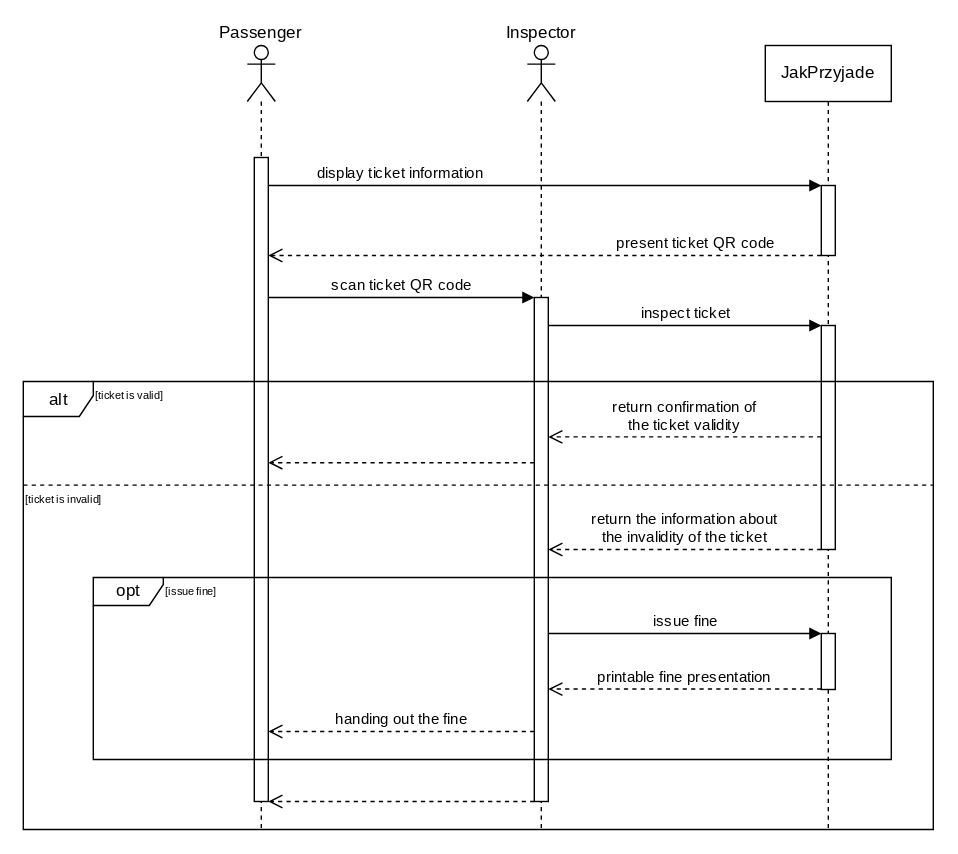
This is documentation/course/e2/images/sequence-diagram-scenario-ticket-inspection.drawio.svg from PWR-ACS-SE-24/SoftwareSystemDesign, a draw.io export, as it was before one commit. Source tidied: cells renumbered, new cells last; positions are measured from the earlier drawing's top-left corner, leaving out a move shared by most shapes.
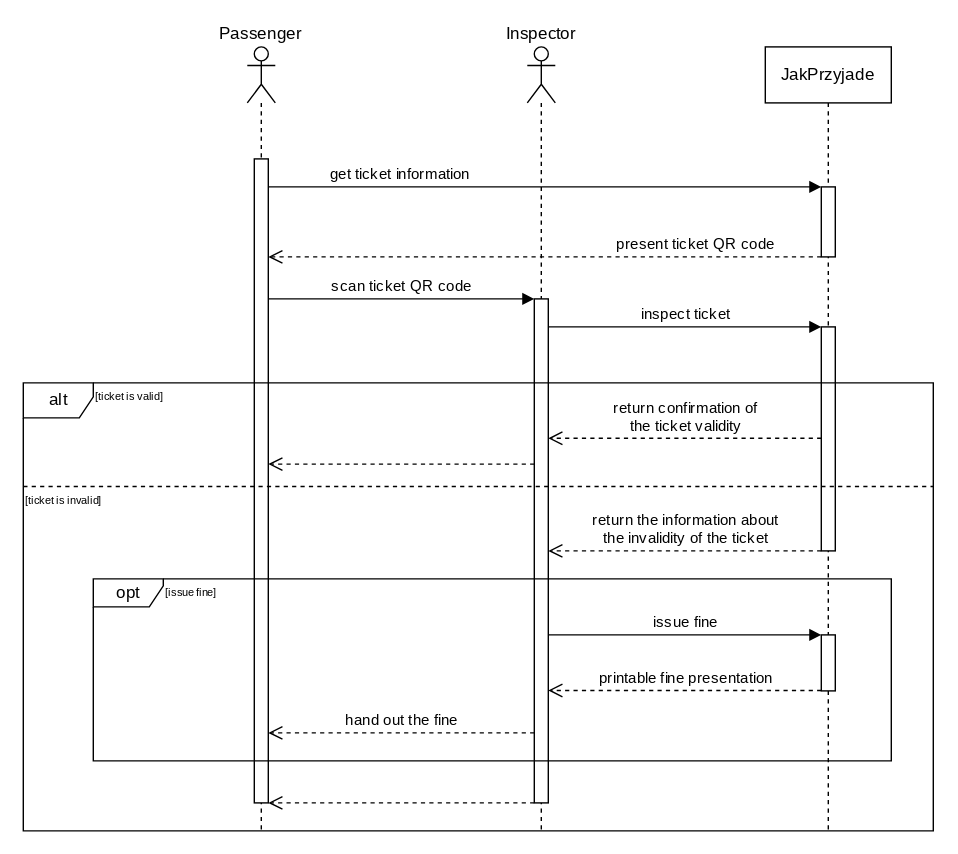
After the commit.

Diff of the diagram source:
```diff
@@ -23,7 +23,7 @@
     <mxCell id="8" style="html=1;points=[[0,0,0,0,5],[0,1,0,0,-5],[1,0,0,0,5],[1,1,0,0,-5]];perimeter=orthogonalPerimeter;outlineConnect=0;targetShapes=umlLifeline;portConstraint=eastwest;newEdgeStyle={&quot;curved&quot;:0,&quot;rounded&quot;:0};fontFamily=JetBrains Mono;fontSource=https%3A%2F%2Ffonts.googleapis.com%2Fcss%3Ffamily%3DJetBrains%2BMono;" parent="7" vertex="1">
       <mxGeometry x="5" y="80" width="10" height="460" as="geometry" />
     </mxCell>
-    <mxCell id="9" value="display ticket information" style="html=1;verticalAlign=bottom;endArrow=block;curved=0;rounded=0;fontFamily=JetBrains Mono;fontSource=https%3A%2F%2Ffonts.googleapis.com%2Fcss%3Ffamily%3DJetBrains%2BMono;" parent="1" edge="1">
+    <mxCell id="9" value="get ticket information" style="html=1;verticalAlign=bottom;endArrow=block;curved=0;rounded=0;fontFamily=JetBrains Mono;fontSource=https%3A%2F%2Ffonts.googleapis.com%2Fcss%3Ffamily%3DJetBrains%2BMono;" parent="1" edge="1">
       <mxGeometry x="-0.53" relative="1" as="geometry">
         <mxPoint x="175" y="100" as="sourcePoint" />
         <mxPoint x="570" y="100" as="targetPoint" />
@@ -95,7 +95,7 @@
         <mxPoint x="375" y="459.7" as="targetPoint" />
       </mxGeometry>
     </mxCell>
-    <mxCell id="25" value="handing out the fine" style="html=1;verticalAlign=bottom;endArrow=open;dashed=1;endSize=8;curved=0;rounded=0;fontFamily=JetBrains Mono;fontSource=https%3A%2F%2Ffonts.googleapis.com%2Fcss%3Ffamily%3DJetBrains%2BMono;" parent="1" edge="1" target="8">
+    <mxCell id="25" value="hand out the fine" style="html=1;verticalAlign=bottom;endArrow=open;dashed=1;endSize=8;curved=0;rounded=0;fontFamily=JetBrains Mono;fontSource=https%3A%2F%2Ffonts.googleapis.com%2Fcss%3Ffamily%3DJetBrains%2BMono;" parent="1" edge="1" target="8">
       <mxGeometry relative="1" as="geometry">
         <mxPoint x="365" y="490" as="sourcePoint" />
       </mxGeometry>
```
